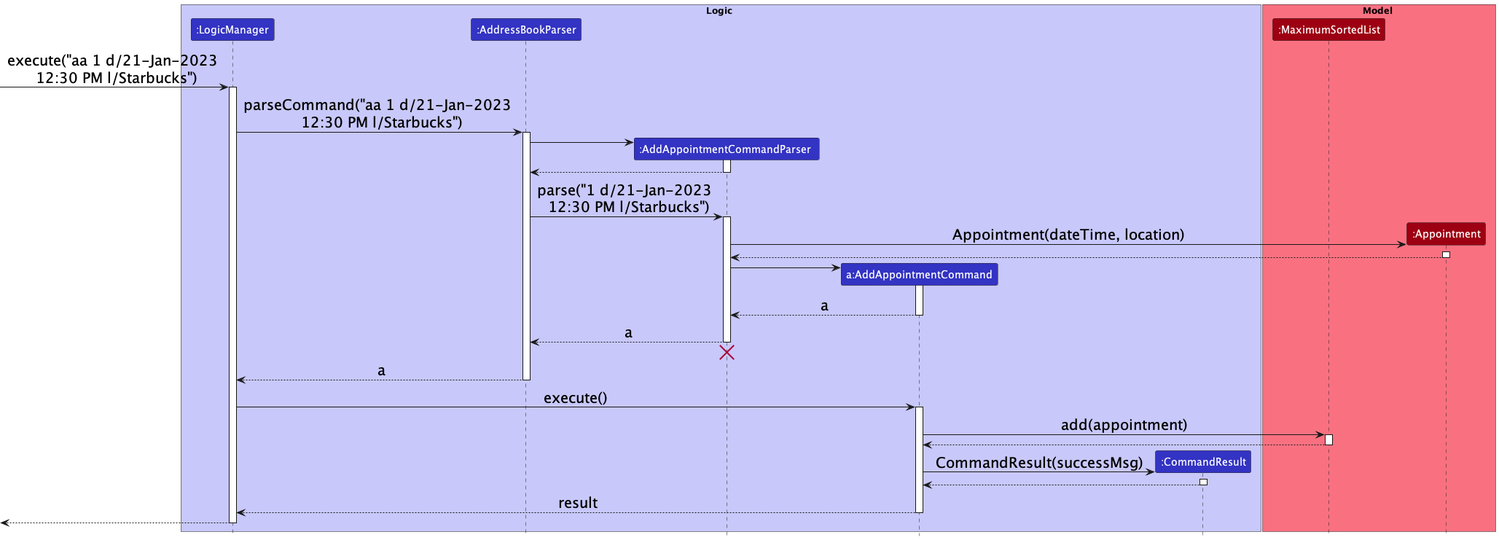
The PlantUML diagram docs/images/AddAppointmentCommandSequenceDiagram.png in nus-cs2103-AY2223S1/tp, before a commit. Its diagram source:
```plantuml
@startuml
!include style.puml

skinparam Sequence {
    ArrowFontSize 20
}

box Logic LOGIC_COLOR_T1
participant ":LogicManager" as LogicManager LOGIC_COLOR
participant ":AddressBookParser" as AddressBookParser LOGIC_COLOR
participant ":AddAppointmentCommandParser " as AddAppointmentCommandParser  LOGIC_COLOR
participant "a:AddAppointmentCommand" as AddAppointmentCommand LOGIC_COLOR
participant ":CommandResult" as CommandResult LOGIC_COLOR
end box

box Model MODEL_COLOR_T1
participant ":MaximumSortedList" as MaximumSortedList MODEL_COLOR
participant ":Appointment" as Appointment MODEL_COLOR
end box

[-> LogicManager : execute("aa 1 d/21-Jan-2023 \n 12:30 PM l/Starbucks")
activate LogicManager

LogicManager -> AddressBookParser : parseCommand("aa 1 d/21-Jan-2023 \n 12:30 PM l/Starbucks")
activate AddressBookParser

create AddAppointmentCommandParser
AddressBookParser -> AddAppointmentCommandParser
activate AddAppointmentCommandParser

AddAppointmentCommandParser  --> AddressBookParser
deactivate AddAppointmentCommandParser

AddressBookParser -> AddAppointmentCommandParser  : parse("1 d/21-Jan-2023 \n 12:30 PM l/Starbucks")
activate AddAppointmentCommandParser

create Appointment
AddAppointmentCommandParser -> Appointment : Appointment(dateTime, location)
activate Appointment

Appointment --> AddAppointmentCommandParser :
deactivate Appointment

create AddAppointmentCommand
AddAppointmentCommandParser  -> AddAppointmentCommand
activate AddAppointmentCommand

AddAppointmentCommand --> AddAppointmentCommandParser  : a
deactivate AddAppointmentCommand

AddAppointmentCommandParser  --> AddressBookParser : a
deactivate AddAppointmentCommandParser
AddAppointmentCommandParser  -[hidden]-> AddressBookParser
destroy AddAppointmentCommandParser

AddressBookParser --> LogicManager : a
deactivate AddressBookParser

LogicManager -> AddAppointmentCommand : execute()
activate AddAppointmentCommand

AddAppointmentCommand -> MaximumSortedList : add(appointment)
activate MaximumSortedList

MaximumSortedList --> AddAppointmentCommand
deactivate MaximumSortedList



create CommandResult
AddAppointmentCommand -> CommandResult : CommandResult(successMsg)
activate CommandResult

CommandResult --> AddAppointmentCommand
deactivate CommandResult

AddAppointmentCommand --> LogicManager : result
deactivate AddAppointmentCommand

[<--LogicManager
deactivate LogicManager
@enduml
```
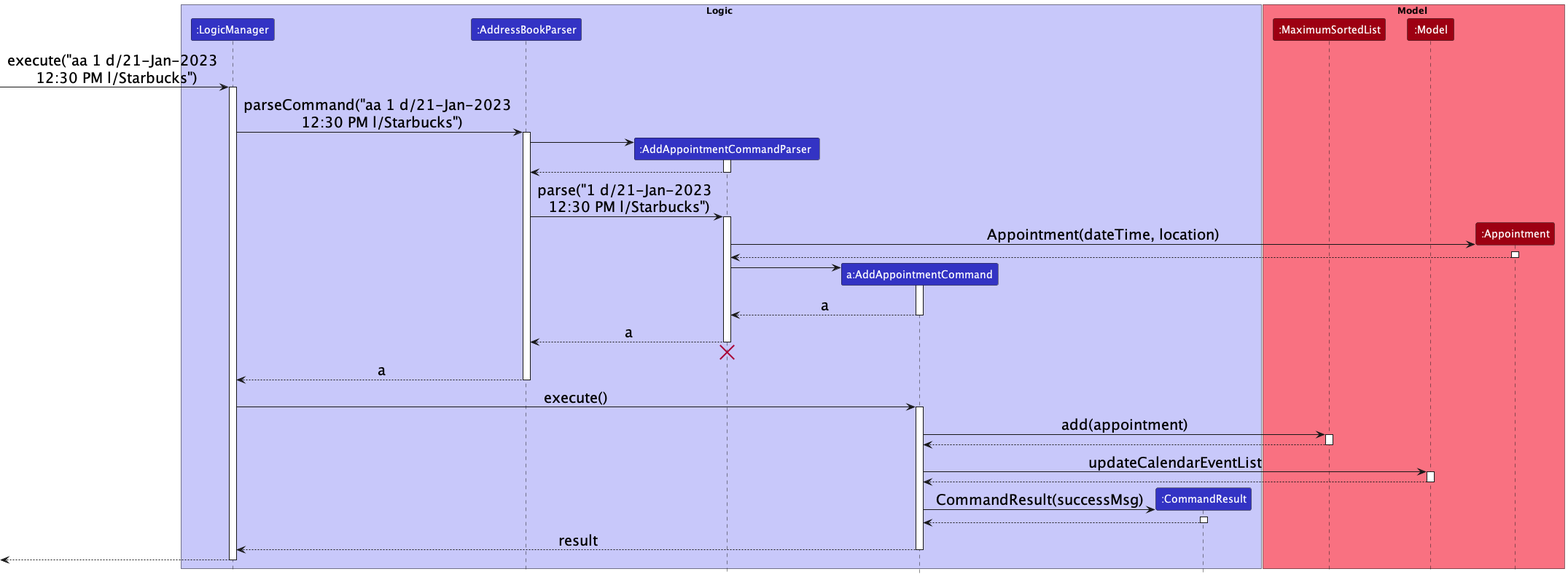
After the change.

Diff of the diagram source:
```diff
@@ -15,6 +15,7 @@
 
 box Model MODEL_COLOR_T1
 participant ":MaximumSortedList" as MaximumSortedList MODEL_COLOR
+participant ":Model" as Model MODEL_COLOR
 participant ":Appointment" as Appointment MODEL_COLOR
 end box
 
@@ -65,7 +66,11 @@
 MaximumSortedList --> AddAppointmentCommand
 deactivate MaximumSortedList
 
+AddAppointmentCommand -> Model : updateCalendarEventList
+activate Model
 
+Model --> AddAppointmentCommand
+deactivate Model
 
 create CommandResult
 AddAppointmentCommand -> CommandResult : CommandResult(successMsg)
```
